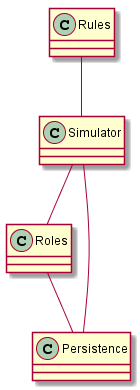
Before: static/src/ElementsECLogicPlay.png, a diagram exported from PlantUML (hnbeck/NikosophyWeb). The source it was exported from:
```plantuml
@startuml

Rules -- Simulator
Simulator -- Roles
Simulator -- Persistence
Roles -- Persistence

@enduml
```
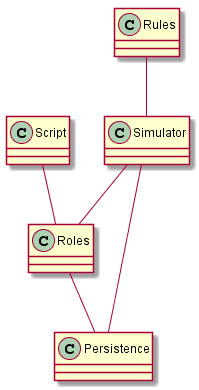
After the change.

Change to the diagram source:
```diff
@@ -4,5 +4,6 @@
 Simulator -- Roles
 Simulator -- Persistence
 Roles -- Persistence
+Script -- Roles
 
 @enduml
```
